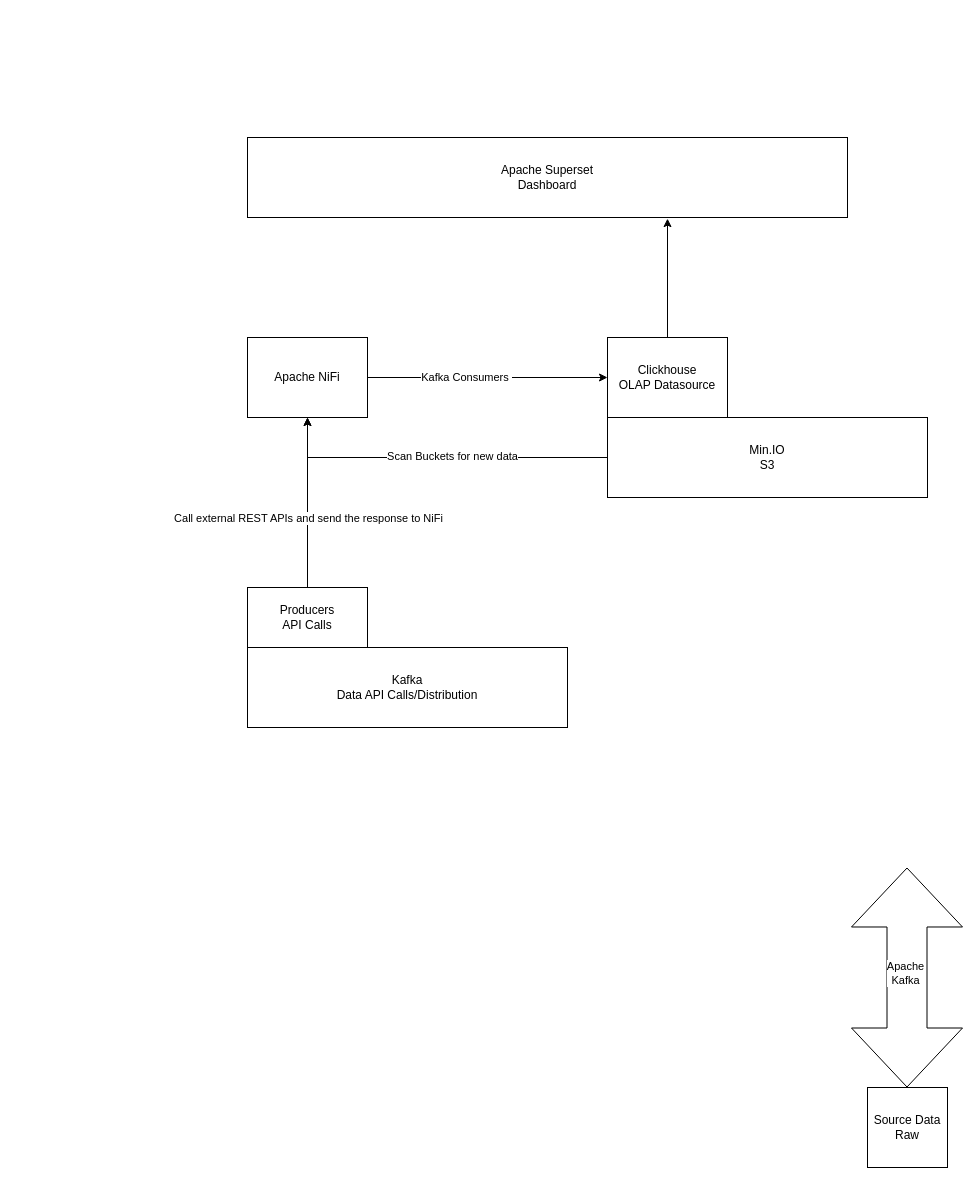
Before: architecture.drawio in jackgray/spotlight, a draw.io diagram. Source tidied: cells renumbered, new cells numbered last; positions are measured from the earlier drawing's top-left corner, leaving out a move shared by most shapes. Both pictures are drawn from the tidied source at 100%, with x=0, y=0 at pixel (247, 137).
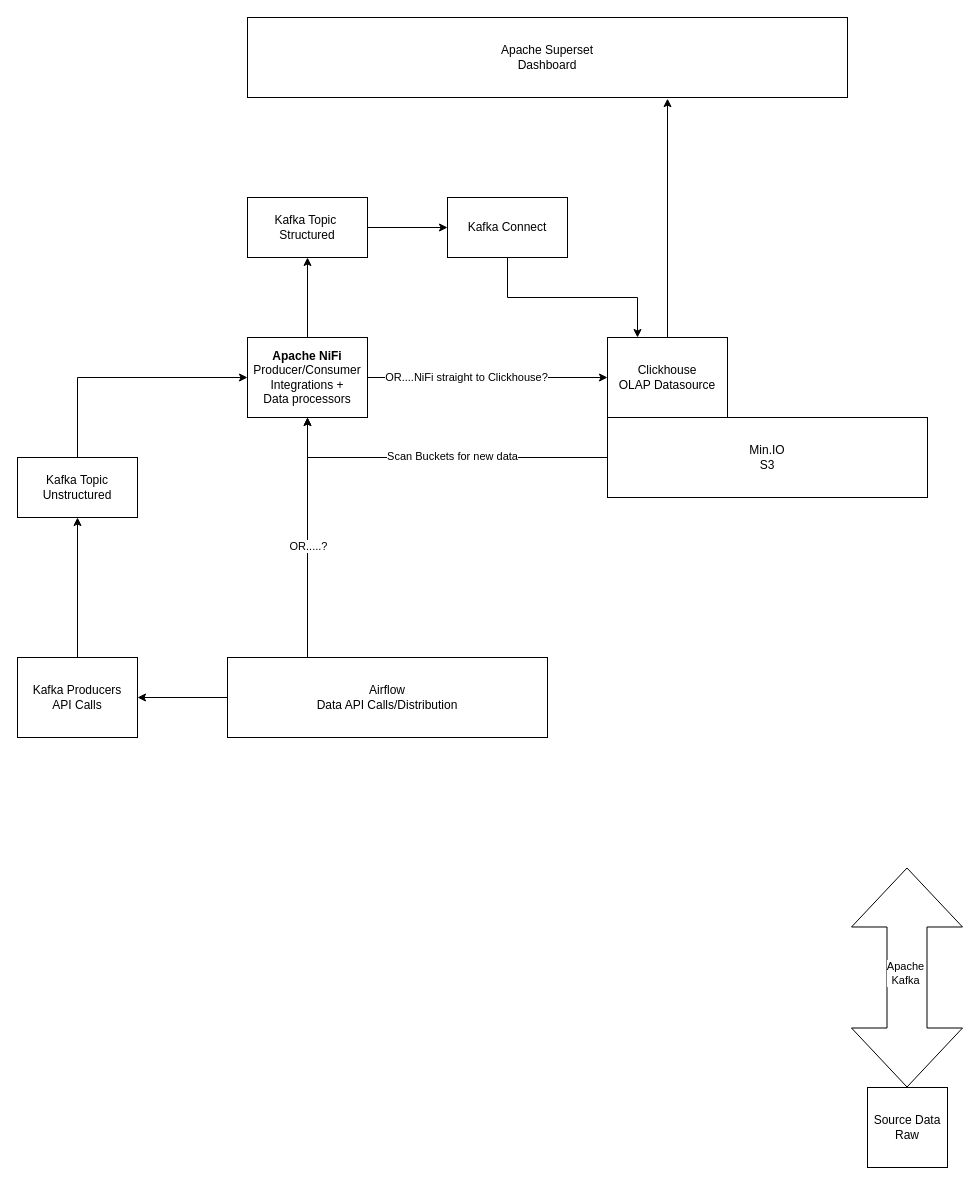
The same diagram, later.

The change refers to these unchanged cells:
```xml
<mxCell id="3" value="Clickhouse&lt;div&gt;OLAP Datasource&lt;/div&gt;" style="rounded=0;whiteSpace=wrap;html=1;" parent="1" vertex="1">
  <mxGeometry x="360" y="200" width="120" height="80" as="geometry" />
</mxCell>
<mxCell id="15" style="edgeStyle=orthogonalEdgeStyle;rounded=0;jettySize=auto;html=1;exitX=1;exitY=0.5;exitDx=0;exitDy=0;entryX=0;entryY=0.5;entryDx=0;entryDy=0;" parent="1" edge="1" source="17" target="3">
  <mxGeometry relative="1" as="geometry" />
</mxCell>
```

Diff of the diagram source:
```diff
@@
     <mxCell id="2" value="&lt;div&gt;Apache Superset&lt;br&gt;&lt;/div&gt;&lt;div&gt;Dashboard&lt;/div&gt;" style="rounded=0;whiteSpace=wrap;html=1;" parent="1" vertex="1">
-      <mxGeometry width="600" height="80" as="geometry" />
+      <mxGeometry y="-120" width="600" height="80" as="geometry" />
     </mxCell>
@@
+    <mxCell id="19" style="edgeStyle=orthogonalEdgeStyle;rounded=0;jettySize=auto;html=1;exitX=0.25;exitY=0;exitDx=0;exitDy=0;entryX=0.5;entryY=1;entryDx=0;entryDy=0;" parent="1" edge="1" source="11" target="17">
+      <mxGeometry relative="1" as="geometry" />
+    </mxCell>
+    <mxCell id="20" value="OR.....?" style="edgeLabel;html=1;align=center;verticalAlign=middle;" parent="19" vertex="1">
+      <mxGeometry x="-0.07" relative="1" as="geometry" />
+    </mxCell>
+    <mxCell id="21" style="edgeStyle=orthogonalEdgeStyle;rounded=0;jettySize=auto;html=1;exitX=0;exitY=0.5;exitDx=0;exitDy=0;entryX=1;entryY=0.5;entryDx=0;entryDy=0;" parent="1" edge="1" source="11" target="14">
+      <mxGeometry relative="1" as="geometry" />
+    </mxCell>
-    <mxCell id="11" value="Kafka&lt;div&gt;Data API Calls/Distribution&lt;/div&gt;" style="rounded=0;whiteSpace=wrap;html=1;" parent="1" vertex="1">
-      <mxGeometry y="510" width="320" height="80" as="geometry" />
+    <mxCell id="11" value="Airflow&lt;div&gt;Data API Calls/Distribution&lt;/div&gt;" style="rounded=0;whiteSpace=wrap;html=1;" parent="1" vertex="1">
+      <mxGeometry x="-20" y="520" width="320" height="80" as="geometry" />
     </mxCell>
-    <mxCell id="12" style="edgeStyle=orthogonalEdgeStyle;rounded=0;jettySize=auto;html=1;exitX=0.5;exitY=0;exitDx=0;exitDy=0;entryX=0.5;entryY=1;entryDx=0;entryDy=0;" parent="1" edge="1" source="14" target="17">
-      <mxGeometry relative="1" as="geometry" />
-    </mxCell>
-    <mxCell id="13" value="Call external REST APIs and send the response to NiFi" style="edgeLabel;html=1;align=center;verticalAlign=middle;" parent="12" vertex="1">
-      <mxGeometry x="-0.16" relative="1" as="geometry">
-        <mxPoint y="1" as="offset" />
-      </mxGeometry>
-    </mxCell>
+    <mxCell id="22" style="edgeStyle=orthogonalEdgeStyle;rounded=0;jettySize=auto;html=1;exitX=0.5;exitY=0;exitDx=0;exitDy=0;entryX=0.5;entryY=1;entryDx=0;entryDy=0;" parent="1" edge="1" source="14" target="25">
+      <mxGeometry relative="1" as="geometry" />
+    </mxCell>
-    <mxCell id="14" value="Producers&lt;div&gt;API Calls&lt;/div&gt;" style="rounded=0;whiteSpace=wrap;html=1;" parent="1" vertex="1">
-      <mxGeometry y="450" width="120" height="60" as="geometry" />
+    <mxCell id="14" value="Kafka Producers&lt;div&gt;API Calls&lt;/div&gt;" style="rounded=0;whiteSpace=wrap;html=1;" parent="1" vertex="1">
+      <mxGeometry x="-230" y="520" width="120" height="80" as="geometry" />
     </mxCell>
@@
-    <mxCell id="16" value="Kafka Consumers&amp;nbsp;" style="edgeLabel;html=1;align=center;verticalAlign=middle;" parent="15" vertex="1">
+    <mxCell id="16" value="OR....NiFi straight to Clickhouse?" style="edgeLabel;html=1;align=center;verticalAlign=middle;" parent="15" vertex="1">
       <mxGeometry x="-0.18" y="1" relative="1" as="geometry" />
     </mxCell>
+    <mxCell id="23" style="edgeStyle=orthogonalEdgeStyle;rounded=0;jettySize=auto;html=1;exitX=0.5;exitY=0;exitDx=0;exitDy=0;" parent="1" edge="1" source="17" target="27">
+      <mxGeometry relative="1" as="geometry" />
+    </mxCell>
-    <mxCell id="17" value="Apache NiFi" style="rounded=0;whiteSpace=wrap;html=1;" parent="1" vertex="1">
+    <mxCell id="17" value="&lt;b&gt;Apache NiFi&lt;/b&gt;&lt;div&gt;Producer/Consumer Integrations +&lt;/div&gt;&lt;div&gt;Data processors&lt;/div&gt;" style="rounded=0;whiteSpace=wrap;html=1;" parent="1" vertex="1">
       <mxGeometry y="200" width="120" height="80" as="geometry" />
     </mxCell>
@@
+    <mxCell id="24" style="edgeStyle=orthogonalEdgeStyle;rounded=0;jettySize=auto;html=1;exitX=0.5;exitY=0;exitDx=0;exitDy=0;entryX=0;entryY=0.5;entryDx=0;entryDy=0;" parent="1" edge="1" source="25" target="17">
+      <mxGeometry relative="1" as="geometry" />
+    </mxCell>
+    <mxCell id="25" value="Kafka Topic&lt;div&gt;Unstructured&lt;/div&gt;" style="rounded=0;whiteSpace=wrap;html=1;" parent="1" vertex="1">
+      <mxGeometry x="-230" y="320" width="120" height="60" as="geometry" />
+    </mxCell>
+    <mxCell id="26" style="edgeStyle=orthogonalEdgeStyle;rounded=0;jettySize=auto;html=1;exitX=1;exitY=0.5;exitDx=0;exitDy=0;entryX=0;entryY=0.5;entryDx=0;entryDy=0;" parent="1" edge="1" source="27" target="29">
+      <mxGeometry relative="1" as="geometry" />
+    </mxCell>
+    <mxCell id="27" value="Kafka Topic&amp;nbsp;&lt;div&gt;Structured&lt;/div&gt;" style="rounded=0;whiteSpace=wrap;html=1;" parent="1" vertex="1">
+      <mxGeometry y="60" width="120" height="60" as="geometry" />
+    </mxCell>
+    <mxCell id="28" style="edgeStyle=orthogonalEdgeStyle;rounded=0;jettySize=auto;html=1;exitX=0.5;exitY=1;exitDx=0;exitDy=0;entryX=0.25;entryY=0;entryDx=0;entryDy=0;" parent="1" edge="1" source="29" target="3">
+      <mxGeometry relative="1" as="geometry" />
+    </mxCell>
+    <mxCell id="29" value="Kafka Connect" style="rounded=0;whiteSpace=wrap;html=1;" parent="1" vertex="1">
+      <mxGeometry x="200" y="60" width="120" height="60" as="geometry" />
+    </mxCell>
```
